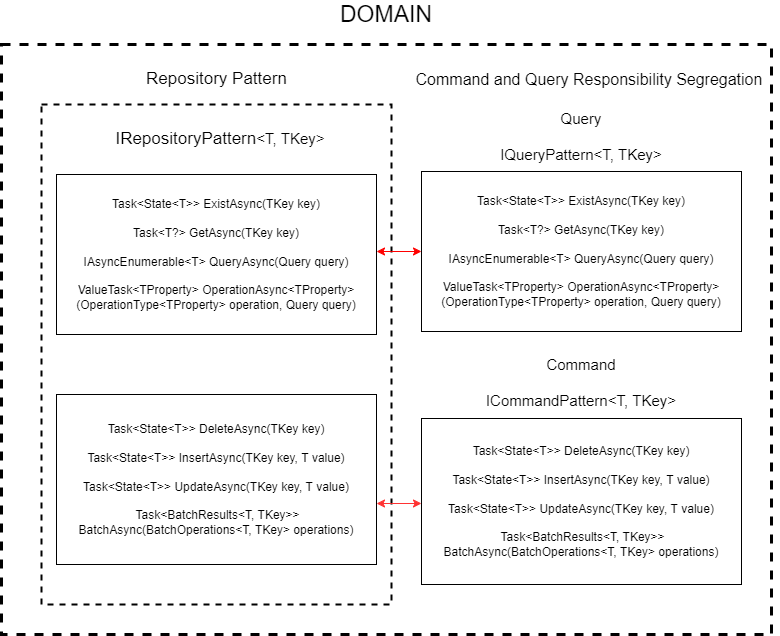
This is RepositoryFramework.Abstractions.png from KeyserDSoze/RepositoryFramework, a draw.io export, as it was before one commit. Source tidied: cells renumbered, new cells last; positions are measured from the earlier drawing's top-left corner, leaving out a move shared by most shapes.
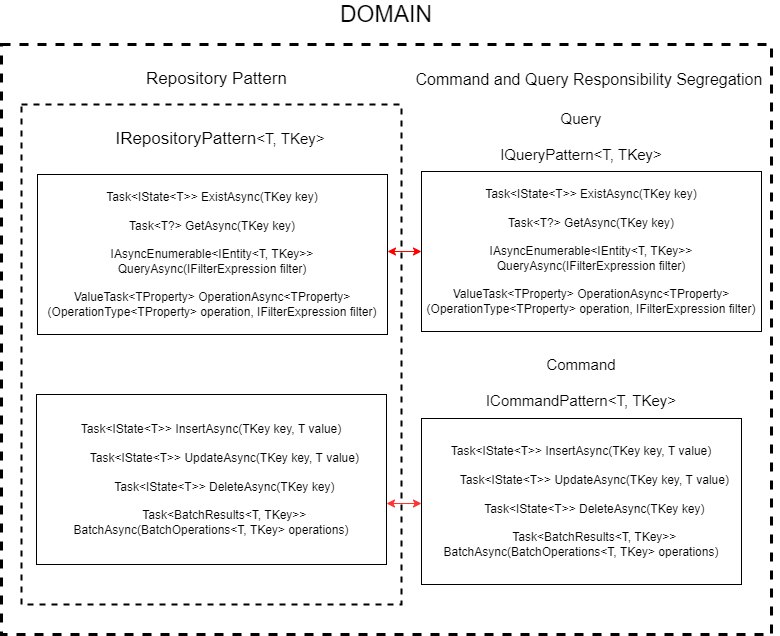
The same diagram one commit later.

What changed in the source:
```diff
@@ -6,7 +6,7 @@
       <mxGeometry width="770" height="590" as="geometry" />
     </mxCell>
     <mxCell id="3" style="whiteSpace=wrap;html=1;fillColor=none;strokeWidth=2;dashed=1;" parent="1" vertex="1">
-      <mxGeometry x="40" y="60" width="350" height="500" as="geometry" />
+      <mxGeometry x="20" y="60" width="380" height="500" as="geometry" />
     </mxCell>
     <mxCell id="4" value="Repository Pattern" style="text;html=1;strokeColor=none;fillColor=none;align=center;verticalAlign=middle;whiteSpace=wrap;rounded=0;fontSize=17;" parent="1" vertex="1">
       <mxGeometry x="132.5" y="20" width="165" height="30" as="geometry" />
@@ -19,8 +19,8 @@
         </Array>
       </mxGeometry>
     </mxCell>
-    <mxCell id="6" value="Task&amp;lt;State&amp;lt;T&amp;gt;&amp;gt; ExistAsync(TKey key)&lt;br&gt;&lt;br&gt;Task&amp;lt;T?&amp;gt; GetAsync(TKey key)&lt;br&gt;&lt;br&gt;IAsyncEnumerable&amp;lt;T&amp;gt; QueryAsync(Query query)&lt;br&gt;&lt;br&gt;ValueTask&amp;lt;TProperty&amp;gt; OperationAsync&amp;lt;TProperty&amp;gt;(OperationType&amp;lt;TProperty&amp;gt; operation, Query query)" style="rounded=0;whiteSpace=wrap;html=1;" parent="1" vertex="1">
-      <mxGeometry x="420" y="127" width="320" height="160" as="geometry" />
+    <mxCell id="6" value="Task&amp;lt;IState&amp;lt;T&amp;gt;&amp;gt; ExistAsync(TKey key)&lt;br&gt;&lt;br&gt;Task&amp;lt;T?&amp;gt; GetAsync(TKey key)&lt;br&gt;&lt;br&gt;IAsyncEnumerable&amp;lt;IEntity&amp;lt;T, TKey&amp;gt;&amp;gt; QueryAsync(IFilterExpression filter)&lt;br&gt;&lt;br&gt;ValueTask&amp;lt;TProperty&amp;gt; OperationAsync&amp;lt;TProperty&amp;gt;(OperationType&amp;lt;TProperty&amp;gt; operation, IFilterExpression filter)" style="rounded=0;whiteSpace=wrap;html=1;" parent="1" vertex="1">
+      <mxGeometry x="420" y="127" width="340" height="160" as="geometry" />
     </mxCell>
     <mxCell id="7" value="Command and Query Responsibility Segregation" style="text;html=1;strokeColor=none;fillColor=none;align=center;verticalAlign=middle;whiteSpace=wrap;rounded=0;fontSize=16;" parent="1" vertex="1">
       <mxGeometry x="398" y="20" width="380" height="30" as="geometry" />
@@ -33,17 +33,17 @@
         </Array>
       </mxGeometry>
     </mxCell>
-    <mxCell id="9" value="Task&amp;lt;State&amp;lt;T&amp;gt;&amp;gt; DeleteAsync(TKey key)&lt;br&gt;&lt;br&gt;Task&amp;lt;State&amp;lt;T&amp;gt;&amp;gt; InsertAsync(TKey key, T value)&lt;br&gt;&lt;br&gt;Task&amp;lt;State&amp;lt;T&amp;gt;&amp;gt; UpdateAsync(TKey key, T value)&lt;br&gt;&lt;br&gt;&amp;nbsp;Task&amp;lt;BatchResults&amp;lt;T, TKey&amp;gt;&amp;gt; BatchAsync(BatchOperations&amp;lt;T, TKey&amp;gt; operations)" style="rounded=0;whiteSpace=wrap;html=1;" parent="1" vertex="1">
+    <mxCell id="9" value="&lt;div&gt;Task&amp;lt;IState&amp;lt;T&amp;gt;&amp;gt; InsertAsync(TKey key, T value)&lt;/div&gt;&lt;div&gt;&lt;br&gt;&lt;/div&gt;&lt;div&gt;&amp;nbsp; &amp;nbsp; &amp;nbsp; &amp;nbsp; Task&amp;lt;IState&amp;lt;T&amp;gt;&amp;gt; UpdateAsync(TKey key, T value)&lt;/div&gt;&lt;div&gt;&lt;br&gt;&lt;/div&gt;&lt;div&gt;&amp;nbsp; &amp;nbsp; &amp;nbsp; &amp;nbsp; Task&amp;lt;IState&amp;lt;T&amp;gt;&amp;gt; DeleteAsync(TKey key)&lt;/div&gt;&lt;div&gt;&lt;br&gt;&lt;/div&gt;&lt;div&gt;&amp;nbsp; &amp;nbsp; &amp;nbsp; &amp;nbsp; Task&amp;lt;BatchResults&amp;lt;T, TKey&amp;gt;&amp;gt; BatchAsync(BatchOperations&amp;lt;T, TKey&amp;gt; operations)&lt;/div&gt;" style="rounded=0;whiteSpace=wrap;html=1;" parent="1" vertex="1">
       <mxGeometry x="420" y="374" width="320" height="166" as="geometry" />
     </mxCell>
     <mxCell id="10" value="Query&lt;br&gt;&lt;br&gt;IQueryPattern&amp;lt;T, TKey&amp;gt;" style="text;html=1;strokeColor=none;fillColor=none;align=center;verticalAlign=middle;whiteSpace=wrap;rounded=0;fontSize=15;" parent="1" vertex="1">
       <mxGeometry x="455" y="67" width="250" height="50" as="geometry" />
     </mxCell>
-    <mxCell id="11" value="Task&amp;lt;State&amp;lt;T&amp;gt;&amp;gt; ExistAsync(TKey key)&lt;br&gt;&lt;br&gt;Task&amp;lt;T?&amp;gt; GetAsync(TKey key)&lt;br&gt;&lt;br&gt;IAsyncEnumerable&amp;lt;T&amp;gt; QueryAsync(Query query)&lt;br&gt;&lt;br&gt;ValueTask&amp;lt;TProperty&amp;gt; OperationAsync&amp;lt;TProperty&amp;gt;(OperationType&amp;lt;TProperty&amp;gt; operation, Query query)" style="rounded=0;whiteSpace=wrap;html=1;" parent="1" vertex="1">
-      <mxGeometry x="55" y="130" width="320" height="160" as="geometry" />
+    <mxCell id="11" value="Task&amp;lt;IState&amp;lt;T&amp;gt;&amp;gt; ExistAsync(TKey key)&lt;br&gt;&lt;br&gt;Task&amp;lt;T?&amp;gt; GetAsync(TKey key)&lt;br&gt;&lt;br&gt;IAsyncEnumerable&amp;lt;IEntity&amp;lt;T, TKey&amp;gt;&amp;gt; QueryAsync(IFilterExpression filter)&lt;br&gt;&lt;br&gt;ValueTask&amp;lt;TProperty&amp;gt; OperationAsync&amp;lt;TProperty&amp;gt;(OperationType&amp;lt;TProperty&amp;gt; operation, IFilterExpression filter)" style="rounded=0;whiteSpace=wrap;html=1;" parent="1" vertex="1">
+      <mxGeometry x="36" y="130" width="350" height="160" as="geometry" />
     </mxCell>
-    <mxCell id="12" value="Task&amp;lt;State&amp;lt;T&amp;gt;&amp;gt; DeleteAsync(TKey key)&lt;br&gt;&lt;br&gt;Task&amp;lt;State&amp;lt;T&amp;gt;&amp;gt; InsertAsync(TKey key, T value)&lt;br&gt;&lt;br&gt;Task&amp;lt;State&amp;lt;T&amp;gt;&amp;gt; UpdateAsync(TKey key, T value)&lt;br&gt;&lt;br&gt;&amp;nbsp;Task&amp;lt;BatchResults&amp;lt;T, TKey&amp;gt;&amp;gt; BatchAsync(BatchOperations&amp;lt;T, TKey&amp;gt; operations)" style="rounded=0;whiteSpace=wrap;html=1;" parent="1" vertex="1">
-      <mxGeometry x="55" y="350" width="320" height="170" as="geometry" />
+    <mxCell id="12" value="&lt;div&gt;Task&amp;lt;IState&amp;lt;T&amp;gt;&amp;gt; InsertAsync(TKey key, T value)&lt;/div&gt;&lt;div&gt;&lt;br&gt;&lt;/div&gt;&lt;div&gt;&amp;nbsp; &amp;nbsp; &amp;nbsp; &amp;nbsp; Task&amp;lt;IState&amp;lt;T&amp;gt;&amp;gt; UpdateAsync(TKey key, T value)&lt;/div&gt;&lt;div&gt;&lt;br&gt;&lt;/div&gt;&lt;div&gt;&amp;nbsp; &amp;nbsp; &amp;nbsp; &amp;nbsp; Task&amp;lt;IState&amp;lt;T&amp;gt;&amp;gt; DeleteAsync(TKey key)&lt;/div&gt;&lt;div&gt;&lt;br&gt;&lt;/div&gt;&lt;div&gt;&amp;nbsp; &amp;nbsp; &amp;nbsp; &amp;nbsp; Task&amp;lt;BatchResults&amp;lt;T, TKey&amp;gt;&amp;gt; BatchAsync(BatchOperations&amp;lt;T, TKey&amp;gt; operations)&lt;/div&gt;" style="rounded=0;whiteSpace=wrap;html=1;" parent="1" vertex="1">
+      <mxGeometry x="35" y="350" width="350" height="170" as="geometry" />
     </mxCell>
     <mxCell id="13" value="Command&lt;br&gt;&lt;br&gt;ICommandPattern&amp;lt;T, TKey&amp;gt;" style="text;html=1;strokeColor=none;fillColor=none;align=center;verticalAlign=middle;whiteSpace=wrap;rounded=0;fontSize=15;" parent="1" vertex="1">
       <mxGeometry x="430" y="298" width="300" height="80" as="geometry" />
```
